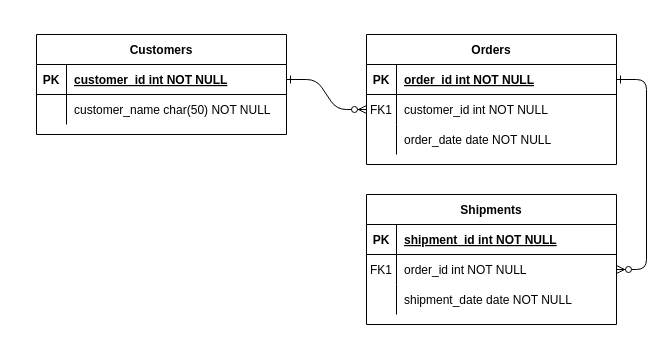
Before: Untitled Diagram.drawio in saksham-jain1/AnalogClock.github.io, a draw.io diagram. Source tidied: cells renumbered, new cells numbered last; positions are measured from the earlier drawing's top-left corner, leaving out a move shared by most shapes. Both pictures are drawn from the tidied source at 100%, with x=0, y=0 at pixel (36, 34).
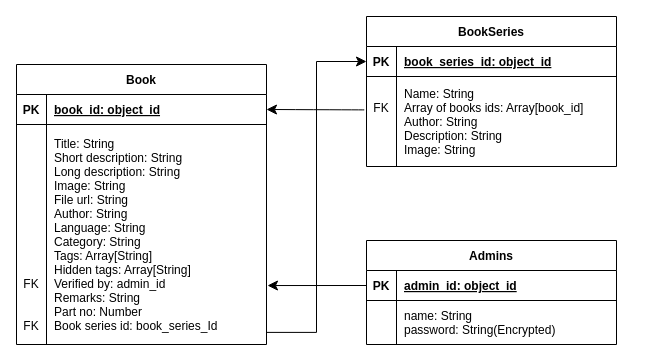
After the change.

The change refers to these unchanged cells:
```xml
<mxCell id="5" style="shape=partialRectangle;fillColor=none;points=[[0,0.5],[1,0.5]];portConstraint=eastwest;top=0;left=0;right=0;bottom=1;" parent="4" vertex="1">
  <mxGeometry y="30" width="250" height="30" as="geometry" />
</mxCell>
<mxCell id="15" style="shape=partialRectangle;fillColor=none;points=[[0,0.5],[1,0.5]];portConstraint=eastwest;top=0;left=0;right=0;bottom=1;" parent="14" vertex="1">
  <mxGeometry y="30" width="250" height="30" as="geometry" />
</mxCell>
<mxCell id="25" style="shape=partialRectangle;fillColor=none;points=[[0,0.5],[1,0.5]];portConstraint=eastwest;top=0;left=0;right=0;bottom=1;" parent="24" vertex="1">
  <mxGeometry y="30" width="250" height="30" as="geometry" />
</mxCell>
```

The edit, as a diff of the source:
```diff
@@
-    <mxCell id="2" style="edgeStyle=entityRelationEdgeStyle;endArrow=ERzeroToMany;startArrow=ERone;endFill=1;startFill=0;" parent="1" edge="1" source="25" target="8">
-      <mxGeometry relative="1" as="geometry" />
-    </mxCell>
-    <mxCell id="3" style="edgeStyle=entityRelationEdgeStyle;endArrow=ERzeroToMany;startArrow=ERone;endFill=1;startFill=0;" parent="1" edge="1" source="5" target="18">
-      <mxGeometry relative="1" as="geometry" />
-    </mxCell>
-    <mxCell id="4" value="Orders" style="shape=table;startSize=30;childLayout=tableLayout;rowLines=0;fontStyle=1;align=center;" parent="1" vertex="1">
-      <mxGeometry x="330" width="250" height="130" as="geometry" />
+    <mxCell id="4" value="BookSeries" style="shape=table;startSize=30;childLayout=tableLayout;rowLines=0;fontStyle=1;align=center;" parent="1" vertex="1">
+      <mxGeometry x="330" y="-18" width="250" height="150" as="geometry" />
     </mxCell>
@@
-    <mxCell id="7" value="order_id int NOT NULL " style="shape=partialRectangle;overflow=hidden;fillColor=none;top=0;left=0;bottom=0;right=0;align=left;spacingLeft=6;fontStyle=5;" parent="5" vertex="1">
+    <mxCell id="7" value="book_series_id: object_id" style="shape=partialRectangle;overflow=hidden;fillColor=none;top=0;left=0;bottom=0;right=0;align=left;spacingLeft=6;fontStyle=5;" parent="5" vertex="1">
       <mxGeometry x="30" width="220" height="30" as="geometry" />
     </mxCell>
     <mxCell id="8" style="shape=partialRectangle;fillColor=none;points=[[0,0.5],[1,0.5]];portConstraint=eastwest;top=0;left=0;right=0;bottom=0;" parent="4" vertex="1">
-      <mxGeometry y="60" width="250" height="30" as="geometry" />
+      <mxGeometry y="60" width="250" height="90" as="geometry" />
     </mxCell>
-    <mxCell id="9" value="FK1" style="shape=partialRectangle;overflow=hidden;fillColor=none;top=0;left=0;bottom=0;right=0;" parent="8" vertex="1">
-      <mxGeometry width="30" height="30" as="geometry" />
+    <mxCell id="9" value="&#10;FK&#10;&#10;&#10;" style="shape=partialRectangle;overflow=hidden;fillColor=none;top=0;left=0;bottom=0;right=0;" parent="8" vertex="1">
+      <mxGeometry width="30" height="90" as="geometry" />
     </mxCell>
-    <mxCell id="10" value="customer_id int NOT NULL" style="shape=partialRectangle;overflow=hidden;fillColor=none;top=0;left=0;bottom=0;right=0;align=left;spacingLeft=6;" parent="8" vertex="1">
-      <mxGeometry x="30" width="220" height="30" as="geometry" />
+    <mxCell id="10" value="Name: String&#10;Array of books ids: Array[book_id]&#10;Author: String &#10;Description: String &#10;Image: String" style="shape=partialRectangle;overflow=hidden;fillColor=none;top=0;left=0;bottom=0;right=0;align=left;spacingLeft=6;" parent="8" vertex="1">
+      <mxGeometry x="30" width="220" height="90" as="geometry" />
     </mxCell>
-    <mxCell id="11" style="shape=partialRectangle;fillColor=none;top=0;left=0;right=0;bottom=0;" parent="4" vertex="1">
-      <mxGeometry y="90" width="250" height="30" as="geometry" />
-    </mxCell>
-    <mxCell id="12" style="shape=partialRectangle;overflow=hidden;fillColor=none;top=0;left=0;bottom=0;right=0;" parent="11" vertex="1">
-      <mxGeometry width="30" height="30" as="geometry" />
-    </mxCell>
-    <mxCell id="13" value="order_date date NOT NULL" style="shape=partialRectangle;overflow=hidden;fillColor=none;top=0;left=0;bottom=0;right=0;align=left;spacingLeft=6;" parent="11" vertex="1">
-      <mxGeometry x="30" width="220" height="30" as="geometry" />
-    </mxCell>
-    <mxCell id="14" value="Shipments" style="shape=table;startSize=30;childLayout=tableLayout;rowLines=0;fontStyle=1;align=center;" parent="1" vertex="1">
-      <mxGeometry x="330" y="160" width="250" height="130" as="geometry" />
+    <mxCell id="14" value="Admins" style="shape=table;startSize=30;childLayout=tableLayout;rowLines=0;fontStyle=1;align=center;" parent="1" vertex="1">
+      <mxGeometry x="330" y="206" width="250" height="104" as="geometry" />
     </mxCell>
@@
-    <mxCell id="17" value="shipment_id int NOT NULL " style="shape=partialRectangle;overflow=hidden;fillColor=none;top=0;left=0;bottom=0;right=0;align=left;spacingLeft=6;fontStyle=5;" parent="15" vertex="1">
+    <mxCell id="17" value="admin_id: object_id" style="shape=partialRectangle;overflow=hidden;fillColor=none;top=0;left=0;bottom=0;right=0;align=left;spacingLeft=6;fontStyle=5;" parent="15" vertex="1">
       <mxGeometry x="30" width="220" height="30" as="geometry" />
     </mxCell>
     <mxCell id="18" style="shape=partialRectangle;fillColor=none;points=[[0,0.5],[1,0.5]];portConstraint=eastwest;top=0;left=0;right=0;bottom=0;" parent="14" vertex="1">
-      <mxGeometry y="60" width="250" height="30" as="geometry" />
+      <mxGeometry y="60" width="250" height="44" as="geometry" />
     </mxCell>
-    <mxCell id="19" value="FK1" style="shape=partialRectangle;overflow=hidden;fillColor=none;top=0;left=0;bottom=0;right=0;" parent="18" vertex="1">
-      <mxGeometry width="30" height="30" as="geometry" />
+    <mxCell id="19" style="shape=partialRectangle;overflow=hidden;fillColor=none;top=0;left=0;bottom=0;right=0;" parent="18" vertex="1">
+      <mxGeometry width="30" height="44" as="geometry" />
     </mxCell>
-    <mxCell id="20" value="order_id int NOT NULL" style="shape=partialRectangle;overflow=hidden;fillColor=none;top=0;left=0;bottom=0;right=0;align=left;spacingLeft=6;" parent="18" vertex="1">
-      <mxGeometry x="30" width="220" height="30" as="geometry" />
+    <mxCell id="20" value="name: String&#10;password: String(Encrypted)" style="shape=partialRectangle;overflow=hidden;fillColor=none;top=0;left=0;bottom=0;right=0;align=left;spacingLeft=6;" parent="18" vertex="1">
+      <mxGeometry x="30" width="220" height="44" as="geometry" />
     </mxCell>
-    <mxCell id="21" style="shape=partialRectangle;fillColor=none;top=0;left=0;right=0;bottom=0;" parent="14" vertex="1">
-      <mxGeometry y="90" width="250" height="30" as="geometry" />
-    </mxCell>
-    <mxCell id="22" style="shape=partialRectangle;overflow=hidden;fillColor=none;top=0;left=0;bottom=0;right=0;" parent="21" vertex="1">
-      <mxGeometry width="30" height="30" as="geometry" />
-    </mxCell>
-    <mxCell id="23" value="shipment_date date NOT NULL" style="shape=partialRectangle;overflow=hidden;fillColor=none;top=0;left=0;bottom=0;right=0;align=left;spacingLeft=6;" parent="21" vertex="1">
-      <mxGeometry x="30" width="220" height="30" as="geometry" />
-    </mxCell>
-    <mxCell id="24" value="Customers" style="shape=table;startSize=30;childLayout=tableLayout;rowLines=0;fontStyle=1;align=center;" parent="1" vertex="1">
-      <mxGeometry width="250" height="100" as="geometry" />
+    <mxCell id="24" value="Book" style="shape=table;startSize=30;childLayout=tableLayout;rowLines=0;fontStyle=1;align=center;" parent="1" vertex="1">
+      <mxGeometry x="-20" y="30" width="250" height="280" as="geometry" />
     </mxCell>
@@
-    <mxCell id="27" value="customer_id int NOT NULL " style="shape=partialRectangle;overflow=hidden;fillColor=none;top=0;left=0;bottom=0;right=0;align=left;spacingLeft=6;fontStyle=5;" parent="25" vertex="1">
+    <mxCell id="27" value="book_id: object_id" style="shape=partialRectangle;overflow=hidden;fillColor=none;top=0;left=0;bottom=0;right=0;align=left;spacingLeft=6;fontStyle=5;" parent="25" vertex="1">
       <mxGeometry x="30" width="220" height="30" as="geometry" />
     </mxCell>
     <mxCell id="28" style="shape=partialRectangle;fillColor=none;points=[[0,0.5],[1,0.5]];portConstraint=eastwest;top=0;left=0;right=0;bottom=0;" parent="24" vertex="1">
-      <mxGeometry y="60" width="250" height="30" as="geometry" />
+      <mxGeometry y="60" width="250" height="220" as="geometry" />
     </mxCell>
-    <mxCell id="29" style="shape=partialRectangle;overflow=hidden;fillColor=none;top=0;left=0;bottom=0;right=0;" parent="28" vertex="1">
-      <mxGeometry width="30" height="30" as="geometry" />
+    <mxCell id="29" value="&#10;&#10;&#10;&#10;&#10;&#10;&#10;&#10;&#10;&#10;FK&#10;&#10;&#10;FK" style="shape=partialRectangle;overflow=hidden;fillColor=none;top=0;left=0;bottom=0;right=0;" parent="28" vertex="1">
+      <mxGeometry width="30" height="220" as="geometry" />
     </mxCell>
-    <mxCell id="30" value="customer_name char(50) NOT NULL" style="shape=partialRectangle;overflow=hidden;fillColor=none;top=0;left=0;bottom=0;right=0;align=left;spacingLeft=6;" parent="28" vertex="1">
-      <mxGeometry x="30" width="220" height="30" as="geometry" />
+    <mxCell id="30" value="Title: String&#10;Short description: String&#10;Long description: String&#10;Image: String&#10;File url: String&#10;Author: String&#10;Language: String&#10;Category: String&#10;Tags: Array[String]&#10;Hidden tags: Array[String]&#10;Verified by: admin_id &#10;Remarks: String&#10;Part no: Number&#10;Book series id: book_series_Id" style="shape=partialRectangle;overflow=hidden;fillColor=none;top=0;left=0;bottom=0;right=0;align=left;spacingLeft=6;" parent="28" vertex="1">
+      <mxGeometry x="30" width="220" height="220" as="geometry" />
     </mxCell>
+    <mxCell id="31" style="endArrow=classic;html=1;rounded=0;fontSize=12;startSize=8;endSize=8;exitX=0.999;exitY=0.945;exitDx=0;exitDy=0;exitPerimeter=0;entryX=0;entryY=0.5;entryDx=0;entryDy=0;edgeStyle=orthogonalEdgeStyle;" parent="1" edge="1" source="28" target="5">
+      <mxGeometry relative="1" as="geometry" />
+    </mxCell>
+    <mxCell id="32" style="endArrow=classic;html=1;rounded=0;fontSize=12;startSize=8;endSize=8;curved=1;exitX=-0.009;exitY=0.371;exitDx=0;exitDy=0;exitPerimeter=0;entryX=1;entryY=0.5;entryDx=0;entryDy=0;" parent="1" edge="1" source="8" target="25">
+      <mxGeometry relative="1" as="geometry" />
+    </mxCell>
+    <mxCell id="33" style="endArrow=classic;html=1;rounded=0;fontSize=12;startSize=8;endSize=8;exitX=0;exitY=0.5;exitDx=0;exitDy=0;entryX=1.004;entryY=0.732;entryDx=0;entryDy=0;entryPerimeter=0;edgeStyle=orthogonalEdgeStyle;" parent="1" edge="1" source="15" target="28">
+      <mxGeometry relative="1" as="geometry" />
+    </mxCell>
```
